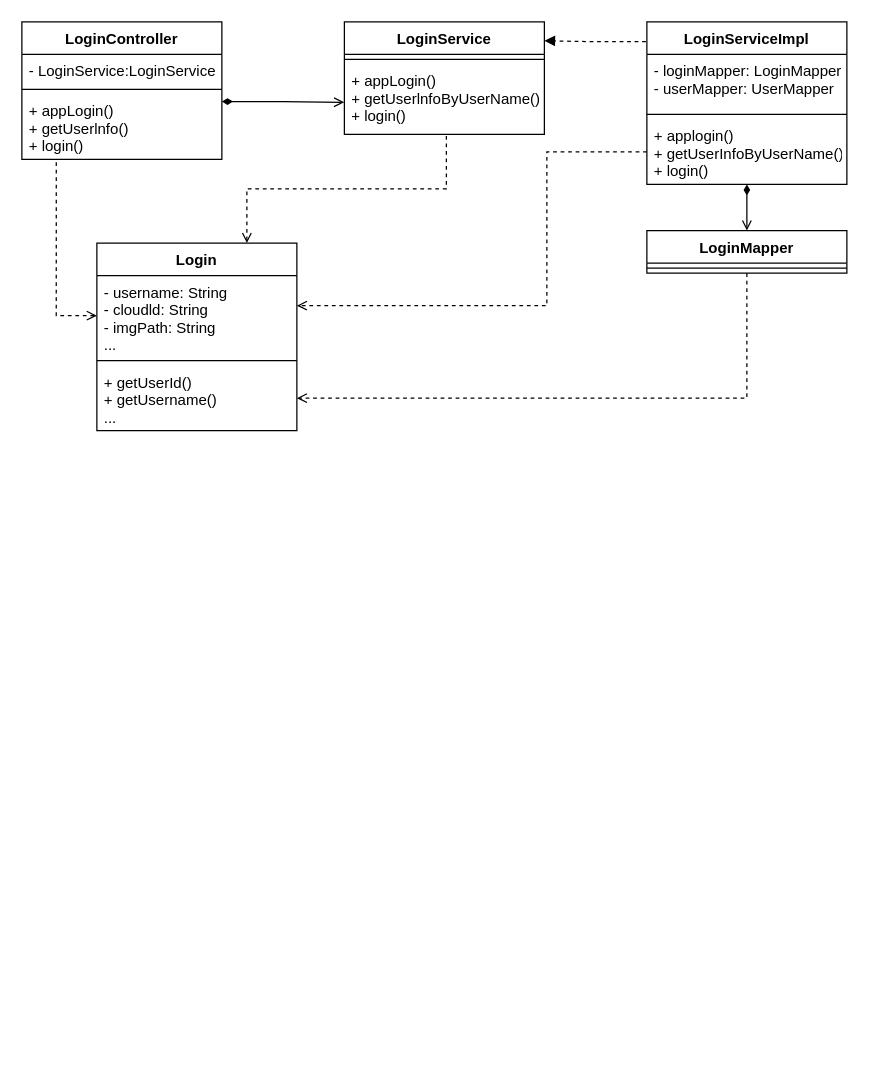
Above: page "Page-24" (24 of 26) of Untitled Diagram.drawio in hongkingking/hkk (draw.io), before the change. Source tidied: cells renumbered, new cells numbered last; positions are measured from the earlier drawing's top-left corner, leaving out a move shared by most shapes. Both pictures are drawn from the tidied source at 125%, with x=0, y=0 at pixel (21, 21).
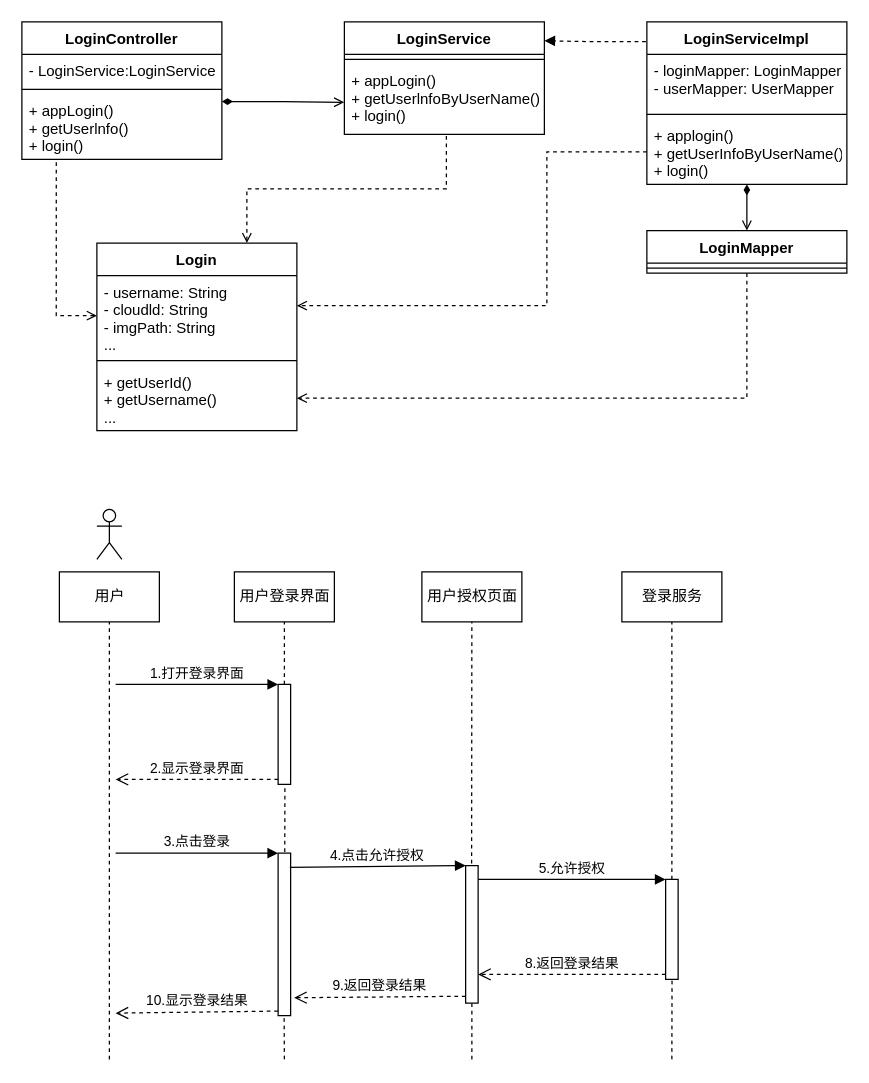
Above is the later version.

Diff of the diagram source:
```diff
@@
+    <mxCell id="26" value="&lt;div&gt;&lt;br&gt;&lt;/div&gt;&lt;div&gt;&lt;br&gt;&lt;/div&gt;&lt;div&gt;&lt;br&gt;&lt;/div&gt;" style="text;html=1;align=center;verticalAlign=middle;strokeColor=none;fillColor=none;" parent="1" vertex="1">
+      <mxGeometry x="115" y="400" width="20" height="50" as="geometry" />
+    </mxCell>
+    <mxCell id="27" value="用户登录界面" style="html=1;strokeWidth=1;" parent="1" vertex="1">
+      <mxGeometry x="170" y="440" width="80" height="40" as="geometry" />
+    </mxCell>
+    <mxCell id="28" value="用户授权页面" style="html=1;strokeWidth=1;" parent="1" vertex="1">
+      <mxGeometry x="320" y="440" width="80" height="40" as="geometry" />
+    </mxCell>
+    <mxCell id="29" value="登录服务" style="html=1;strokeWidth=1;" parent="1" vertex="1">
+      <mxGeometry x="480" y="440" width="80" height="40" as="geometry" />
+    </mxCell>
+    <mxCell id="30" style="html=1;points=[];perimeter=orthogonalPerimeter;strokeWidth=1;" parent="1" vertex="1">
+      <mxGeometry x="205" y="530" width="10" height="80" as="geometry" />
+    </mxCell>
+    <mxCell id="31" value="1.打开登录界面" style="html=1;verticalAlign=bottom;endArrow=block;entryX=0;entryY=0;rounded=0;" parent="1" edge="1" target="30">
+      <mxGeometry relative="1" as="geometry">
+        <mxPoint x="75" y="530" as="sourcePoint" />
+      </mxGeometry>
+    </mxCell>
+    <mxCell id="32" value="2.显示登录界面" style="html=1;verticalAlign=bottom;endArrow=open;dashed=1;endSize=8;exitX=0;exitY=0.95;rounded=0;" parent="1" edge="1" source="30">
+      <mxGeometry relative="1" as="geometry">
+        <mxPoint x="75" y="606" as="targetPoint" />
+      </mxGeometry>
+    </mxCell>
+    <mxCell id="33" style="html=1;points=[];perimeter=orthogonalPerimeter;strokeWidth=1;" parent="1" vertex="1">
+      <mxGeometry x="205" y="665" width="10" height="130" as="geometry" />
+    </mxCell>
+    <mxCell id="34" value="3.点击登录" style="html=1;verticalAlign=bottom;endArrow=block;entryX=0;entryY=0;rounded=0;" parent="1" edge="1" target="33">
+      <mxGeometry relative="1" as="geometry">
+        <mxPoint x="75" y="665" as="sourcePoint" />
+      </mxGeometry>
+    </mxCell>
+    <mxCell id="35" value="10.显示登录结果" style="html=1;verticalAlign=bottom;endArrow=open;dashed=1;endSize=8;exitX=-0.013;exitY=0.972;rounded=0;exitDx=0;exitDy=0;exitPerimeter=0;" parent="1" edge="1" source="33">
+      <mxGeometry relative="1" as="geometry">
+        <mxPoint x="75" y="793" as="targetPoint" />
+      </mxGeometry>
+    </mxCell>
+    <mxCell id="36" style="html=1;points=[];perimeter=orthogonalPerimeter;strokeWidth=1;" parent="1" vertex="1">
+      <mxGeometry x="355" y="675" width="10" height="110" as="geometry" />
+    </mxCell>
+    <mxCell id="37" value="4.点击允许授权" style="html=1;verticalAlign=bottom;endArrow=block;entryX=0;entryY=0;rounded=0;exitX=0.94;exitY=0.088;exitDx=0;exitDy=0;exitPerimeter=0;" parent="1" edge="1" source="33" target="36">
+      <mxGeometry relative="1" as="geometry" />
+    </mxCell>
+    <mxCell id="38" value="9.返回登录结果" style="html=1;verticalAlign=bottom;endArrow=open;dashed=1;endSize=8;exitX=0;exitY=0.95;rounded=0;entryX=1.28;entryY=0.89;entryDx=0;entryDy=0;entryPerimeter=0;" parent="1" edge="1" source="36" target="33">
+      <mxGeometry relative="1" as="geometry" />
+    </mxCell>
+    <mxCell id="39" style="html=1;points=[];perimeter=orthogonalPerimeter;strokeWidth=1;" parent="1" vertex="1">
+      <mxGeometry x="515" y="686" width="10" height="80" as="geometry" />
+    </mxCell>
+    <mxCell id="40" value="5.允许授权" style="html=1;verticalAlign=bottom;endArrow=block;entryX=0;entryY=0;rounded=0;" parent="1" edge="1" target="39">
+      <mxGeometry relative="1" as="geometry">
+        <mxPoint x="365" y="686" as="sourcePoint" />
+      </mxGeometry>
+    </mxCell>
+    <mxCell id="41" value="8.返回登录结果" style="html=1;verticalAlign=bottom;endArrow=open;dashed=1;endSize=8;exitX=0;exitY=0.95;rounded=0;" parent="1" edge="1" source="39">
+      <mxGeometry relative="1" as="geometry">
+        <mxPoint x="365" y="762" as="targetPoint" />
+      </mxGeometry>
+    </mxCell>
+    <mxCell id="42" style="endArrow=none;dashed=1;html=1;rounded=0;entryX=0.5;entryY=1;entryDx=0;entryDy=0;" parent="1" edge="1" source="30" target="27">
+      <mxGeometry relative="1" as="geometry" />
+    </mxCell>
+    <mxCell id="43" style="endArrow=none;dashed=1;html=1;rounded=0;entryX=0.5;entryY=1;entryDx=0;entryDy=0;" parent="1" edge="1" source="39" target="29">
+      <mxGeometry relative="1" as="geometry" />
+    </mxCell>
+    <mxCell id="44" style="endArrow=none;dashed=1;html=1;rounded=0;exitX=0.532;exitY=-0.007;exitDx=0;exitDy=0;exitPerimeter=0;entryX=0.543;entryY=1.014;entryDx=0;entryDy=0;entryPerimeter=0;" parent="1" edge="1" source="33" target="30">
+      <mxGeometry relative="1" as="geometry" />
+    </mxCell>
+    <mxCell id="45" style="endArrow=none;dashed=1;html=1;rounded=0;" parent="1" edge="1">
+      <mxGeometry relative="1" as="geometry">
+        <mxPoint x="210" y="830" as="sourcePoint" />
+        <mxPoint x="209.8" y="795" as="targetPoint" />
+      </mxGeometry>
+    </mxCell>
+    <mxCell id="46" style="endArrow=none;dashed=1;html=1;rounded=0;entryX=0.5;entryY=1.001;entryDx=0;entryDy=0;entryPerimeter=0;" parent="1" edge="1" target="36">
+      <mxGeometry relative="1" as="geometry">
+        <mxPoint x="360" y="830" as="sourcePoint" />
+      </mxGeometry>
+    </mxCell>
+    <mxCell id="47" style="endArrow=none;dashed=1;html=1;rounded=0;exitX=0.48;exitY=-0.016;exitDx=0;exitDy=0;exitPerimeter=0;entryX=0.5;entryY=1;entryDx=0;entryDy=0;" parent="1" edge="1" source="36" target="28">
+      <mxGeometry relative="1" as="geometry" />
+    </mxCell>
+    <mxCell id="48" style="endArrow=none;dashed=1;html=1;rounded=0;entryX=0.513;entryY=1.008;entryDx=0;entryDy=0;entryPerimeter=0;" parent="1" edge="1" target="39">
+      <mxGeometry relative="1" as="geometry">
+        <mxPoint x="520" y="830" as="sourcePoint" />
+      </mxGeometry>
+    </mxCell>
+    <mxCell id="49" value="用户" style="html=1;strokeWidth=1;" parent="1" vertex="1">
+      <mxGeometry x="30" y="440" width="80" height="40" as="geometry" />
+    </mxCell>
+    <mxCell id="50" style="endArrow=none;dashed=1;html=1;rounded=0;entryX=0.5;entryY=1;entryDx=0;entryDy=0;" parent="1" edge="1" target="49">
+      <mxGeometry relative="1" as="geometry">
+        <mxPoint x="70" y="830" as="sourcePoint" />
+      </mxGeometry>
+    </mxCell>
+    <mxCell id="51" style="shape=umlActor;verticalLabelPosition=bottom;verticalAlign=top;html=1;" parent="1" vertex="1">
+      <mxGeometry x="60" y="390" width="20" height="40" as="geometry" />
+    </mxCell>
```
